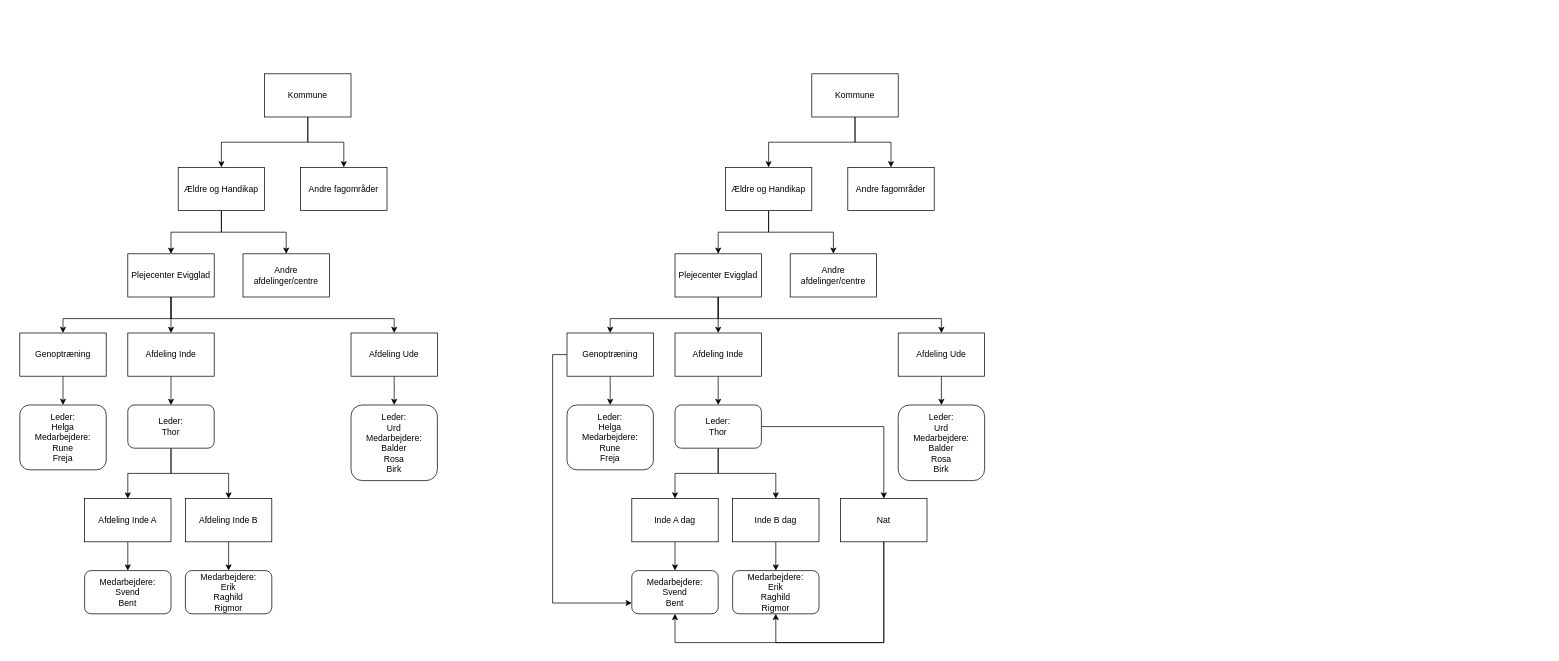
Earlier version of the draw.io diagram org_udfordring.drawio (Skanderborg/Strategi). Source tidied: cells renumbered, new cells numbered last; positions are measured from the earlier drawing's top-left corner, leaving out a move shared by most shapes. Both pictures are drawn from the tidied source at 72%, with x=0, y=0 at pixel (19, 73).
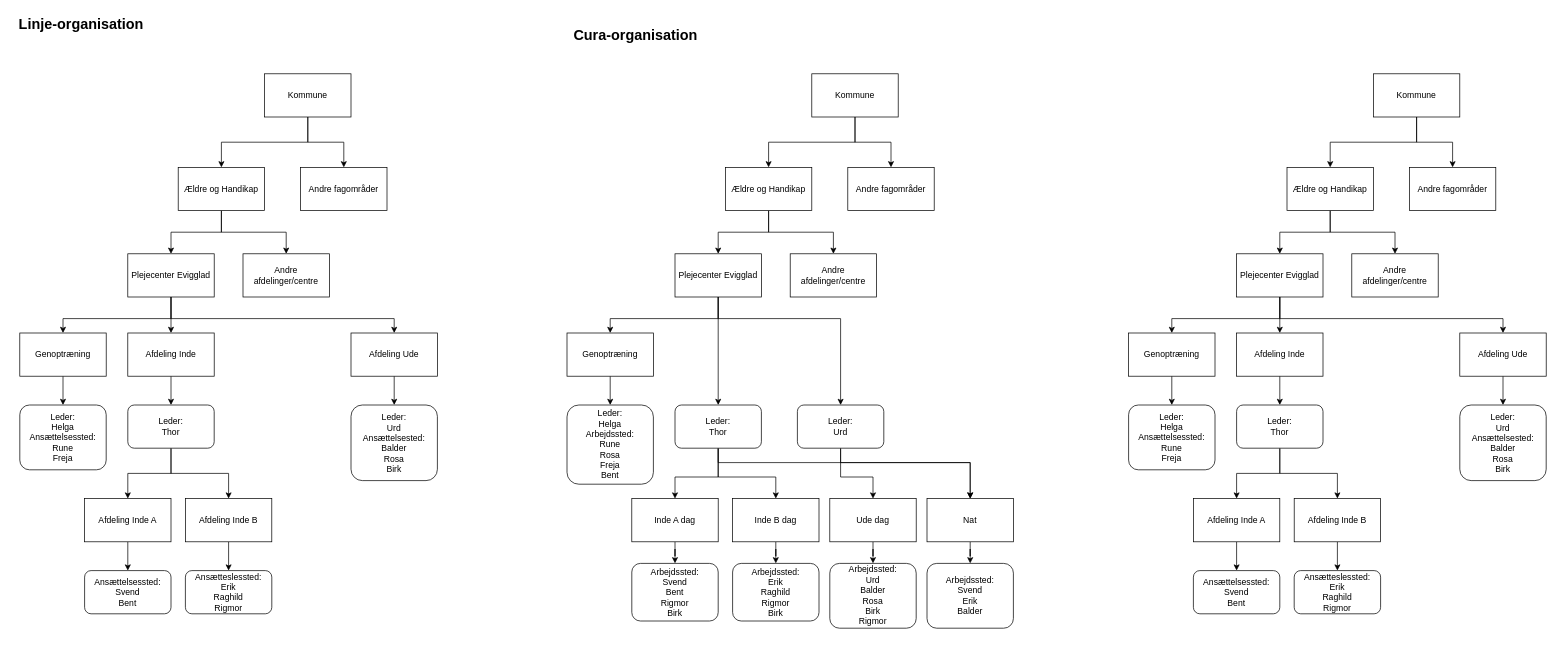
After the change.

The change refers to these unchanged cells:
```xml
<mxCell id="39" value="Plejecenter Evigglad" style="rounded=0;whiteSpace=wrap;html=1;" parent="1" vertex="1">
  <mxGeometry x="910" y="250" width="120" height="60" as="geometry" />
</mxCell>
<mxCell id="44" value="Genoptræning" style="rounded=0;whiteSpace=wrap;html=1;" parent="1" vertex="1">
  <mxGeometry x="760" y="360" width="120" height="60" as="geometry" />
</mxCell>
<mxCell id="46" value="Inde A dag" style="rounded=0;whiteSpace=wrap;html=1;" parent="1" vertex="1">
  <mxGeometry x="850" y="590" width="120" height="60" as="geometry" />
</mxCell>
<mxCell id="51" value="Inde B dag" style="rounded=0;whiteSpace=wrap;html=1;" parent="1" vertex="1">
  <mxGeometry x="990" y="590" width="120" height="60" as="geometry" />
</mxCell>
<mxCell id="57" value="&lt;div&gt;Leder:&lt;/div&gt;&lt;div&gt;Thor&lt;br&gt;&lt;/div&gt;" style="rounded=1;whiteSpace=wrap;html=1;" parent="1" vertex="1">
  <mxGeometry x="910" y="460" width="120" height="60" as="geometry" />
</mxCell>
```

What changed in the source:
```diff
@@
-    <mxCell id="20" value="&lt;div&gt;Leder:&lt;/div&gt;&lt;div&gt;Helga&lt;/div&gt;&lt;div&gt;Medarbejdere:&lt;/div&gt;&lt;div&gt;Rune&lt;/div&gt;&lt;div&gt;Freja&lt;/div&gt;" style="rounded=1;whiteSpace=wrap;html=1;" parent="1" vertex="1">
+    <mxCell id="20" value="&lt;div&gt;Leder:&lt;/div&gt;&lt;div&gt;Helga&lt;/div&gt;&lt;div&gt;Ansættelsessted:&lt;/div&gt;&lt;div&gt;Rune&lt;/div&gt;&lt;div&gt;Freja&lt;/div&gt;" style="rounded=1;whiteSpace=wrap;html=1;" parent="1" vertex="1">
       <mxGeometry y="460" width="120" height="90" as="geometry" />
     </mxCell>
@@
-    <mxCell id="28" value="&lt;div&gt;Medarbejdere:&lt;/div&gt;&lt;div&gt;Svend&lt;/div&gt;&lt;div&gt;Bent&lt;/div&gt;" style="rounded=1;whiteSpace=wrap;html=1;" parent="1" vertex="1">
+    <mxCell id="28" value="&lt;div&gt;Ansættelsessted:&lt;/div&gt;&lt;div&gt;Svend&lt;/div&gt;&lt;div&gt;Bent&lt;/div&gt;" style="rounded=1;whiteSpace=wrap;html=1;" parent="1" vertex="1">
       <mxGeometry x="90" y="690" width="120" height="60" as="geometry" />
     </mxCell>
-    <mxCell id="29" value="&lt;div&gt;Medarbejdere:&lt;/div&gt;&lt;div&gt;Erik&lt;/div&gt;&lt;div&gt;Raghild&lt;/div&gt;&lt;div&gt;Rigmor&lt;br&gt;&lt;/div&gt;" style="rounded=1;whiteSpace=wrap;html=1;" parent="1" vertex="1">
+    <mxCell id="29" value="&lt;div&gt;Ansætteslessted:&lt;/div&gt;&lt;div&gt;Erik&lt;/div&gt;&lt;div&gt;Raghild&lt;/div&gt;&lt;div&gt;Rigmor&lt;br&gt;&lt;/div&gt;" style="rounded=1;whiteSpace=wrap;html=1;" parent="1" vertex="1">
       <mxGeometry x="230" y="690" width="120" height="60" as="geometry" />
     </mxCell>
@@
-    <mxCell id="37" style="edgeStyle=orthogonalEdgeStyle;rounded=0;jettySize=auto;html=1;" parent="1" edge="1" source="39" target="48">
-      <mxGeometry relative="1" as="geometry">
-        <Array as="points">
-          <mxPoint x="970" y="340" />
-          <mxPoint x="1280" y="340" />
-        </Array>
-      </mxGeometry>
-    </mxCell>
-    <mxCell id="38" style="edgeStyle=orthogonalEdgeStyle;rounded=0;jettySize=auto;html=1;entryX=0.5;entryY=0;entryDx=0;entryDy=0;" parent="1" edge="1" source="39" target="53">
-      <mxGeometry relative="1" as="geometry" />
-    </mxCell>
+    <mxCell id="65" style="edgeStyle=orthogonalEdgeStyle;rounded=0;jettySize=auto;html=1;fontSize=20;" parent="1" edge="1" source="39" target="57">
+      <mxGeometry relative="1" as="geometry" />
+    </mxCell>
+    <mxCell id="66" style="edgeStyle=orthogonalEdgeStyle;rounded=0;jettySize=auto;html=1;fontSize=20;" parent="1" edge="1" source="39" target="74">
+      <mxGeometry relative="1" as="geometry">
+        <Array as="points">
+          <mxPoint x="970" y="340" />
+          <mxPoint x="1140" y="340" />
+        </Array>
+      </mxGeometry>
+    </mxCell>
@@
-    <mxCell id="43" style="edgeStyle=orthogonalEdgeStyle;rounded=0;jettySize=auto;html=1;entryX=0;entryY=0.75;entryDx=0;entryDy=0;" parent="1" edge="1" source="44" target="58">
-      <mxGeometry relative="1" as="geometry">
-        <Array as="points">
-          <mxPoint x="740" y="390" />
-          <mxPoint x="740" y="735" />
-        </Array>
-      </mxGeometry>
-    </mxCell>
@@
-    <mxCell id="45" style="edgeStyle=orthogonalEdgeStyle;rounded=0;jettySize=auto;html=1;entryX=0.5;entryY=0;entryDx=0;entryDy=0;" parent="1" edge="1" source="46" target="58">
-      <mxGeometry relative="1" as="geometry" />
-    </mxCell>
+    <mxCell id="67" style="edgeStyle=orthogonalEdgeStyle;rounded=0;jettySize=auto;html=1;entryX=0.5;entryY=0;entryDx=0;entryDy=0;" parent="1" edge="1" source="46" target="75">
+      <mxGeometry relative="1" as="geometry" />
+    </mxCell>
@@
-    <mxCell id="47" style="edgeStyle=orthogonalEdgeStyle;rounded=0;jettySize=auto;html=1;" parent="1" edge="1" source="48" target="63">
-      <mxGeometry relative="1" as="geometry" />
-    </mxCell>
-    <mxCell id="48" value="Afdeling Ude" style="rounded=0;whiteSpace=wrap;html=1;" parent="1" vertex="1">
-      <mxGeometry x="1220" y="360" width="120" height="60" as="geometry" />
-    </mxCell>
-    <mxCell id="49" value="&lt;div&gt;Leder:&lt;/div&gt;&lt;div&gt;Helga&lt;/div&gt;&lt;div&gt;Medarbejdere:&lt;/div&gt;&lt;div&gt;Rune&lt;/div&gt;&lt;div&gt;Freja&lt;/div&gt;" style="rounded=1;whiteSpace=wrap;html=1;" parent="1" vertex="1">
-      <mxGeometry x="760" y="460" width="120" height="90" as="geometry" />
+    <mxCell id="49" value="&lt;div&gt;Leder:&lt;/div&gt;&lt;div&gt;Helga&lt;/div&gt;&lt;div&gt;Arbejdssted:&lt;/div&gt;&lt;div&gt;Rune&lt;/div&gt;&lt;div&gt;Rosa&lt;br&gt;&lt;/div&gt;&lt;div&gt;Freja&lt;/div&gt;&lt;div&gt;Bent&lt;br&gt;&lt;/div&gt;" style="rounded=1;whiteSpace=wrap;html=1;" parent="1" vertex="1">
+      <mxGeometry x="760" y="460" width="120" height="110" as="geometry" />
     </mxCell>
-    <mxCell id="50" style="edgeStyle=orthogonalEdgeStyle;rounded=0;jettySize=auto;html=1;" parent="1" edge="1" source="51" target="59">
-      <mxGeometry relative="1" as="geometry" />
-    </mxCell>
+    <mxCell id="68" style="edgeStyle=orthogonalEdgeStyle;rounded=0;jettySize=auto;html=1;" parent="1" edge="1" source="51" target="76">
+      <mxGeometry relative="1" as="geometry" />
+    </mxCell>
@@
-    <mxCell id="52" style="edgeStyle=orthogonalEdgeStyle;rounded=0;jettySize=auto;html=1;" parent="1" edge="1" source="53" target="57">
-      <mxGeometry relative="1" as="geometry" />
-    </mxCell>
-    <mxCell id="53" value="Afdeling Inde" style="rounded=0;whiteSpace=wrap;html=1;" parent="1" vertex="1">
-      <mxGeometry x="910" y="360" width="120" height="60" as="geometry" />
-    </mxCell>
     <mxCell id="54" style="edgeStyle=orthogonalEdgeStyle;rounded=0;jettySize=auto;html=1;" parent="1" edge="1" source="57" target="46">
-      <mxGeometry relative="1" as="geometry" />
+      <mxGeometry relative="1" as="geometry">
+        <Array as="points">
+          <mxPoint x="970" y="560" />
+          <mxPoint x="910" y="560" />
+        </Array>
+      </mxGeometry>
     </mxCell>
-    <mxCell id="55" style="edgeStyle=orthogonalEdgeStyle;rounded=0;jettySize=auto;html=1;entryX=0.5;entryY=0;entryDx=0;entryDy=0;" parent="1" edge="1" source="57" target="51">
-      <mxGeometry relative="1" as="geometry" />
+    <mxCell id="55" style="edgeStyle=orthogonalEdgeStyle;rounded=0;jettySize=auto;html=1;" parent="1" edge="1" source="57" target="51">
+      <mxGeometry relative="1" as="geometry">
+        <Array as="points">
+          <mxPoint x="970" y="560" />
+          <mxPoint x="1050" y="560" />
+        </Array>
+      </mxGeometry>
     </mxCell>
     <mxCell id="56" style="edgeStyle=orthogonalEdgeStyle;rounded=0;jettySize=auto;html=1;" parent="1" edge="1" source="57" target="62">
-      <mxGeometry relative="1" as="geometry" />
+      <mxGeometry relative="1" as="geometry">
+        <Array as="points">
+          <mxPoint x="970" y="540" />
+          <mxPoint x="1320" y="540" />
+        </Array>
+      </mxGeometry>
     </mxCell>
@@
-    <mxCell id="58" value="&lt;div&gt;Medarbejdere:&lt;/div&gt;&lt;div&gt;Svend&lt;/div&gt;&lt;div&gt;Bent&lt;/div&gt;" style="rounded=1;whiteSpace=wrap;html=1;" parent="1" vertex="1">
-      <mxGeometry x="850" y="690" width="120" height="60" as="geometry" />
-    </mxCell>
-    <mxCell id="59" value="&lt;div&gt;Medarbejdere:&lt;/div&gt;&lt;div&gt;Erik&lt;/div&gt;&lt;div&gt;Raghild&lt;/div&gt;&lt;div&gt;Rigmor&lt;br&gt;&lt;/div&gt;" style="rounded=1;whiteSpace=wrap;html=1;" parent="1" vertex="1">
-      <mxGeometry x="990" y="690" width="120" height="60" as="geometry" />
-    </mxCell>
-    <mxCell id="60" style="edgeStyle=orthogonalEdgeStyle;rounded=0;jettySize=auto;html=1;" parent="1" edge="1" source="62" target="58">
-      <mxGeometry relative="1" as="geometry">
-        <Array as="points">
-          <mxPoint x="1200" y="790" />
-          <mxPoint x="910" y="790" />
-        </Array>
-      </mxGeometry>
-    </mxCell>
-    <mxCell id="61" style="edgeStyle=orthogonalEdgeStyle;rounded=0;jettySize=auto;html=1;entryX=0.5;entryY=1;entryDx=0;entryDy=0;exitX=0.5;exitY=1;exitDx=0;exitDy=0;" parent="1" edge="1" source="62" target="59">
-      <mxGeometry relative="1" as="geometry">
-        <Array as="points">
-          <mxPoint x="1200" y="790" />
-          <mxPoint x="1050" y="790" />
-        </Array>
-      </mxGeometry>
-    </mxCell>
+    <mxCell id="69" style="edgeStyle=orthogonalEdgeStyle;rounded=0;jettySize=auto;html=1;" parent="1" edge="1" source="62" target="78">
+      <mxGeometry relative="1" as="geometry" />
+    </mxCell>
     <mxCell id="62" value="Nat" style="rounded=0;whiteSpace=wrap;html=1;" parent="1" vertex="1">
-      <mxGeometry x="1140" y="590" width="120" height="60" as="geometry" />
+      <mxGeometry x="1260" y="590" width="120" height="60" as="geometry" />
     </mxCell>
-    <mxCell id="63" value="&lt;div&gt;Leder:&lt;/div&gt;&lt;div&gt;Urd&lt;/div&gt;&lt;div&gt;Medarbejdere:&lt;/div&gt;&lt;div&gt;Balder&lt;/div&gt;&lt;div&gt;Rosa&lt;/div&gt;&lt;div&gt;Birk&lt;br&gt;&lt;/div&gt;" style="rounded=1;whiteSpace=wrap;html=1;" parent="1" vertex="1">
-      <mxGeometry x="1220" y="460" width="120" height="105" as="geometry" />
-    </mxCell>
-    <mxCell id="64" value="&lt;div&gt;Leder:&lt;/div&gt;&lt;div&gt;Urd&lt;/div&gt;&lt;div&gt;Medarbejdere:&lt;/div&gt;&lt;div&gt;Balder&lt;/div&gt;&lt;div&gt;Rosa&lt;/div&gt;&lt;div&gt;Birk&lt;br&gt;&lt;/div&gt;" style="rounded=1;whiteSpace=wrap;html=1;" parent="1" vertex="1">
+    <mxCell id="64" value="&lt;div&gt;Leder:&lt;/div&gt;&lt;div&gt;Urd&lt;/div&gt;&lt;div&gt;Ansættelsested:&lt;/div&gt;&lt;div&gt;Balder&lt;/div&gt;&lt;div&gt;Rosa&lt;/div&gt;&lt;div&gt;Birk&lt;br&gt;&lt;/div&gt;" style="rounded=1;whiteSpace=wrap;html=1;" parent="1" vertex="1">
       <mxGeometry x="460" y="460" width="120" height="105" as="geometry" />
     </mxCell>
+    <mxCell id="70" style="edgeStyle=orthogonalEdgeStyle;rounded=0;jettySize=auto;html=1;" parent="1" edge="1" source="71" target="77">
+      <mxGeometry relative="1" as="geometry" />
+    </mxCell>
+    <mxCell id="71" value="Ude dag" style="rounded=0;whiteSpace=wrap;html=1;" parent="1" vertex="1">
+      <mxGeometry x="1125" y="590" width="120" height="60" as="geometry" />
+    </mxCell>
+    <mxCell id="72" style="edgeStyle=orthogonalEdgeStyle;rounded=0;jettySize=auto;html=1;" parent="1" edge="1" source="74" target="71">
+      <mxGeometry relative="1" as="geometry">
+        <Array as="points">
+          <mxPoint x="1140" y="560" />
+          <mxPoint x="1185" y="560" />
+        </Array>
+      </mxGeometry>
+    </mxCell>
+    <mxCell id="73" style="edgeStyle=orthogonalEdgeStyle;rounded=0;jettySize=auto;html=1;" parent="1" edge="1" source="74" target="62">
+      <mxGeometry relative="1" as="geometry">
+        <Array as="points">
+          <mxPoint x="1140" y="540" />
+          <mxPoint x="1320" y="540" />
+        </Array>
+      </mxGeometry>
+    </mxCell>
+    <mxCell id="74" value="&lt;div&gt;Leder:&lt;/div&gt;&lt;div&gt;Urd&lt;br&gt;&lt;/div&gt;" style="rounded=1;whiteSpace=wrap;html=1;" parent="1" vertex="1">
+      <mxGeometry x="1080" y="460" width="120" height="60" as="geometry" />
+    </mxCell>
+    <mxCell id="75" value="&lt;div&gt;Arbejdssted:&lt;/div&gt;&lt;div&gt;Svend&lt;/div&gt;&lt;div&gt;Bent&lt;/div&gt;&lt;div&gt;Rigmor&lt;/div&gt;&lt;div&gt;Birk&lt;br&gt;&lt;/div&gt;" style="rounded=1;whiteSpace=wrap;html=1;" parent="1" vertex="1">
+      <mxGeometry x="850" y="680" width="120" height="80" as="geometry" />
+    </mxCell>
+    <mxCell id="76" value="&lt;div&gt;Arbejdssted:&lt;/div&gt;&lt;div&gt;Erik&lt;/div&gt;&lt;div&gt;Raghild&lt;/div&gt;&lt;div&gt;Rigmor&lt;/div&gt;&lt;div&gt;Birk&lt;br&gt;&lt;/div&gt;" style="rounded=1;whiteSpace=wrap;html=1;" parent="1" vertex="1">
+      <mxGeometry x="990" y="680" width="120" height="80" as="geometry" />
+    </mxCell>
+    <mxCell id="77" value="&lt;div&gt;Arbejdssted:&lt;/div&gt;&lt;div&gt;Urd&lt;br&gt;&lt;/div&gt;&lt;div&gt;Balder&lt;/div&gt;&lt;div&gt;Rosa&lt;/div&gt;&lt;div&gt;Birk&lt;/div&gt;&lt;div&gt;Rigmor&lt;br&gt;&lt;/div&gt;" style="rounded=1;whiteSpace=wrap;html=1;" parent="1" vertex="1">
+      <mxGeometry x="1125" y="680" width="120" height="90" as="geometry" />
+    </mxCell>
+    <mxCell id="78" value="&lt;div&gt;Arbejdssted:&lt;/div&gt;&lt;div&gt;Svend&lt;/div&gt;&lt;div&gt;Erik&lt;/div&gt;&lt;div&gt;Balder&lt;br&gt;&lt;/div&gt;" style="rounded=1;whiteSpace=wrap;html=1;" parent="1" vertex="1">
+      <mxGeometry x="1260" y="680" width="120" height="90" as="geometry" />
+    </mxCell>
+    <mxCell id="79" value="Linje-organisation" style="text;html=1;align=center;verticalAlign=middle;fontSize=20;fontStyle=1;" parent="1" vertex="1">
+      <mxGeometry x="-10" y="-85" width="190" height="30" as="geometry" />
+    </mxCell>
+    <mxCell id="80" value="Cura-organisation" style="text;html=1;align=center;verticalAlign=middle;fontSize=20;fontStyle=1;" parent="1" vertex="1">
+      <mxGeometry x="760" y="-70" width="190" height="30" as="geometry" />
+    </mxCell>
+    <mxCell id="81" style="edgeStyle=orthogonalEdgeStyle;rounded=0;jettySize=auto;html=1;entryX=0.5;entryY=0;entryDx=0;entryDy=0;" parent="1" edge="1" source="83" target="86">
+      <mxGeometry relative="1" as="geometry" />
+    </mxCell>
+    <mxCell id="82" style="edgeStyle=orthogonalEdgeStyle;rounded=0;jettySize=auto;html=1;" parent="1" edge="1" source="83" target="91">
+      <mxGeometry relative="1" as="geometry" />
+    </mxCell>
+    <mxCell id="83" value="Kommune" style="rounded=0;whiteSpace=wrap;html=1;" parent="1" vertex="1">
+      <mxGeometry x="1880" width="120" height="60" as="geometry" />
+    </mxCell>
+    <mxCell id="84" style="edgeStyle=orthogonalEdgeStyle;rounded=0;jettySize=auto;html=1;" parent="1" edge="1" source="86" target="90">
+      <mxGeometry relative="1" as="geometry" />
+    </mxCell>
+    <mxCell id="85" style="edgeStyle=orthogonalEdgeStyle;rounded=0;jettySize=auto;html=1;entryX=0.5;entryY=0;entryDx=0;entryDy=0;" parent="1" edge="1" source="86" target="92">
+      <mxGeometry relative="1" as="geometry" />
+    </mxCell>
+    <mxCell id="86" value="Ældre og Handikap" style="rounded=0;whiteSpace=wrap;html=1;" parent="1" vertex="1">
+      <mxGeometry x="1760" y="130" width="120" height="60" as="geometry" />
+    </mxCell>
+    <mxCell id="87" style="edgeStyle=orthogonalEdgeStyle;rounded=0;jettySize=auto;html=1;" parent="1" edge="1" source="90" target="94">
+      <mxGeometry relative="1" as="geometry">
+        <Array as="points">
+          <mxPoint x="1750" y="340" />
+          <mxPoint x="1600" y="340" />
+        </Array>
+      </mxGeometry>
+    </mxCell>
+    <mxCell id="88" style="edgeStyle=orthogonalEdgeStyle;rounded=0;jettySize=auto;html=1;" parent="1" edge="1" source="90" target="48">
+      <mxGeometry relative="1" as="geometry">
+        <Array as="points">
+          <mxPoint x="1750" y="340" />
+          <mxPoint x="2060" y="340" />
+        </Array>
+      </mxGeometry>
+    </mxCell>
+    <mxCell id="89" style="edgeStyle=orthogonalEdgeStyle;rounded=0;jettySize=auto;html=1;entryX=0.5;entryY=0;entryDx=0;entryDy=0;" parent="1" edge="1" source="90" target="53">
+      <mxGeometry relative="1" as="geometry" />
+    </mxCell>
+    <mxCell id="90" value="Plejecenter Evigglad" style="rounded=0;whiteSpace=wrap;html=1;" parent="1" vertex="1">
+      <mxGeometry x="1690" y="250" width="120" height="60" as="geometry" />
+    </mxCell>
+    <mxCell id="91" value="Andre fagområder" style="rounded=0;whiteSpace=wrap;html=1;" parent="1" vertex="1">
+      <mxGeometry x="1930" y="130" width="120" height="60" as="geometry" />
+    </mxCell>
+    <mxCell id="92" value="Andre afdelinger/centre" style="rounded=0;whiteSpace=wrap;html=1;" parent="1" vertex="1">
+      <mxGeometry x="1850" y="250" width="120" height="60" as="geometry" />
+    </mxCell>
+    <mxCell id="93" style="edgeStyle=orthogonalEdgeStyle;rounded=0;jettySize=auto;html=1;" parent="1" edge="1" source="94" target="98">
+      <mxGeometry relative="1" as="geometry" />
+    </mxCell>
+    <mxCell id="94" value="Genoptræning" style="rounded=0;whiteSpace=wrap;html=1;" parent="1" vertex="1">
+      <mxGeometry x="1540" y="360" width="120" height="60" as="geometry" />
+    </mxCell>
+    <mxCell id="95" style="edgeStyle=orthogonalEdgeStyle;rounded=0;jettySize=auto;html=1;entryX=0.5;entryY=0;entryDx=0;entryDy=0;" parent="1" edge="1" source="96" target="105">
+      <mxGeometry relative="1" as="geometry" />
+    </mxCell>
+    <mxCell id="96" value="Afdeling Inde A" style="rounded=0;whiteSpace=wrap;html=1;" parent="1" vertex="1">
+      <mxGeometry x="1630" y="590" width="120" height="60" as="geometry" />
+    </mxCell>
+    <mxCell id="97" style="edgeStyle=orthogonalEdgeStyle;rounded=0;jettySize=auto;html=1;" parent="1" edge="1" source="48" target="107">
+      <mxGeometry relative="1" as="geometry" />
+    </mxCell>
+    <mxCell id="48" value="Afdeling Ude" style="rounded=0;whiteSpace=wrap;html=1;" parent="1" vertex="1">
+      <mxGeometry x="2000" y="360" width="120" height="60" as="geometry" />
+    </mxCell>
+    <mxCell id="98" value="&lt;div&gt;Leder:&lt;/div&gt;&lt;div&gt;Helga&lt;/div&gt;&lt;div&gt;Ansættelsessted:&lt;/div&gt;&lt;div&gt;Rune&lt;/div&gt;&lt;div&gt;Freja&lt;/div&gt;" style="rounded=1;whiteSpace=wrap;html=1;" parent="1" vertex="1">
+      <mxGeometry x="1540" y="460" width="120" height="90" as="geometry" />
+    </mxCell>
+    <mxCell id="99" style="edgeStyle=orthogonalEdgeStyle;rounded=0;jettySize=auto;html=1;" parent="1" edge="1" source="100" target="106">
+      <mxGeometry relative="1" as="geometry" />
+    </mxCell>
+    <mxCell id="100" value="Afdeling Inde B" style="rounded=0;whiteSpace=wrap;html=1;" parent="1" vertex="1">
+      <mxGeometry x="1770" y="590" width="120" height="60" as="geometry" />
+    </mxCell>
+    <mxCell id="101" style="edgeStyle=orthogonalEdgeStyle;rounded=0;jettySize=auto;html=1;" parent="1" edge="1" source="53" target="104">
+      <mxGeometry relative="1" as="geometry" />
+    </mxCell>
+    <mxCell id="53" value="Afdeling Inde" style="rounded=0;whiteSpace=wrap;html=1;" parent="1" vertex="1">
+      <mxGeometry x="1690" y="360" width="120" height="60" as="geometry" />
+    </mxCell>
+    <mxCell id="102" style="edgeStyle=orthogonalEdgeStyle;rounded=0;jettySize=auto;html=1;" parent="1" edge="1" source="104" target="96">
+      <mxGeometry relative="1" as="geometry" />
+    </mxCell>
+    <mxCell id="103" style="edgeStyle=orthogonalEdgeStyle;rounded=0;jettySize=auto;html=1;entryX=0.5;entryY=0;entryDx=0;entryDy=0;" parent="1" edge="1" source="104" target="100">
+      <mxGeometry relative="1" as="geometry" />
+    </mxCell>
+    <mxCell id="104" value="&lt;div&gt;Leder:&lt;/div&gt;&lt;div&gt;Thor&lt;br&gt;&lt;/div&gt;" style="rounded=1;whiteSpace=wrap;html=1;" parent="1" vertex="1">
+      <mxGeometry x="1690" y="460" width="120" height="60" as="geometry" />
+    </mxCell>
+    <mxCell id="105" value="&lt;div&gt;Ansættelsessted:&lt;/div&gt;&lt;div&gt;Svend&lt;/div&gt;&lt;div&gt;Bent&lt;/div&gt;" style="rounded=1;whiteSpace=wrap;html=1;" parent="1" vertex="1">
+      <mxGeometry x="1630" y="690" width="120" height="60" as="geometry" />
+    </mxCell>
+    <mxCell id="106" value="&lt;div&gt;Ansætteslessted:&lt;/div&gt;&lt;div&gt;Erik&lt;/div&gt;&lt;div&gt;Raghild&lt;/div&gt;&lt;div&gt;Rigmor&lt;br&gt;&lt;/div&gt;" style="rounded=1;whiteSpace=wrap;html=1;" parent="1" vertex="1">
+      <mxGeometry x="1770" y="690" width="120" height="60" as="geometry" />
+    </mxCell>
+    <mxCell id="107" value="&lt;div&gt;Leder:&lt;/div&gt;&lt;div&gt;Urd&lt;/div&gt;&lt;div&gt;Ansættelsested:&lt;/div&gt;&lt;div&gt;Balder&lt;/div&gt;&lt;div&gt;Rosa&lt;/div&gt;&lt;div&gt;Birk&lt;br&gt;&lt;/div&gt;" style="rounded=1;whiteSpace=wrap;html=1;" parent="1" vertex="1">
+      <mxGeometry x="2000" y="460" width="120" height="105" as="geometry" />
+    </mxCell>
```
